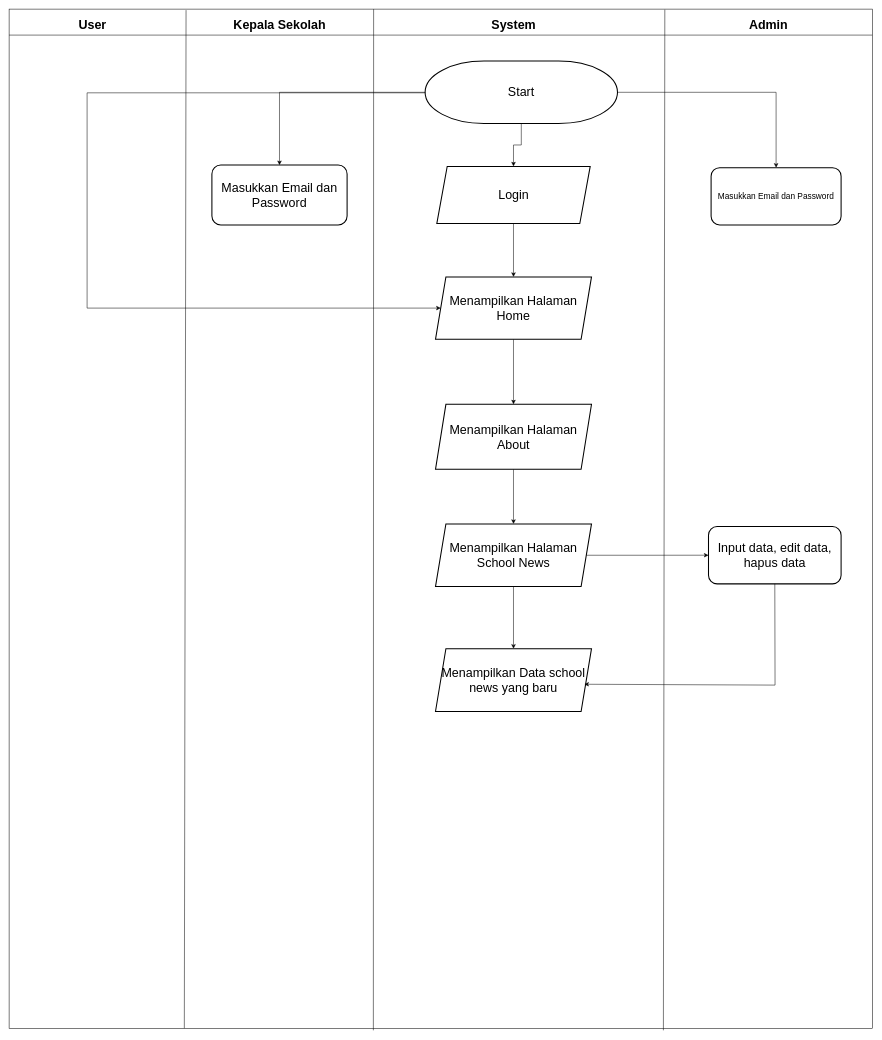
This is Untitled Diagram.drawio from AldoGunawan/kp-tapung, a draw.io file, before an edit. Source tidied: cells renumbered, new cells numbered last; positions are measured from the earlier drawing's top-left corner, leaving out a move shared by most shapes. Both pictures are drawn from the tidied source at 52%, with x=0, y=0 at pixel (9, 9).
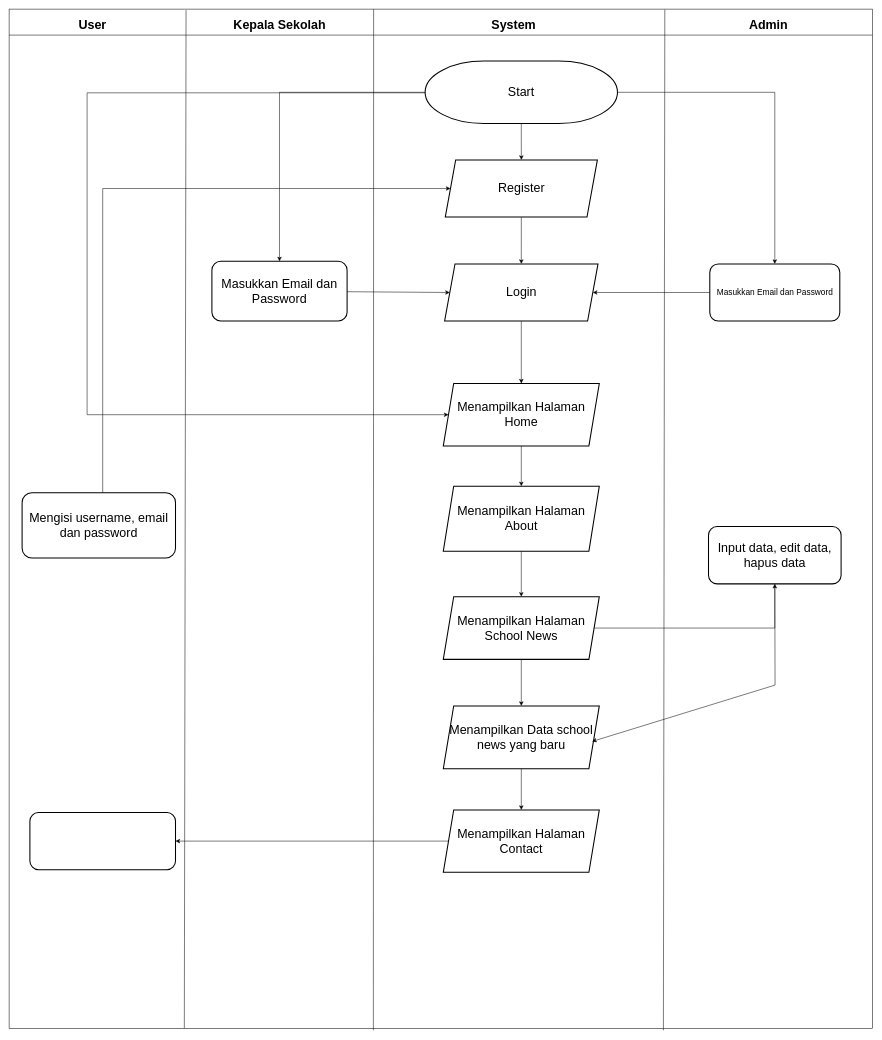
After the change.

Unchanged cells that the change refers to:
```xml
<mxCell id="14" value="&lt;font style=&quot;font-size: 24px;&quot;&gt;Start&lt;/font&gt;" style="strokeWidth=2;html=1;shape=mxgraph.flowchart.terminator;whiteSpace=wrap;" parent="1" vertex="1">
  <mxGeometry x="800" y="100" width="370" height="120" as="geometry" />
</mxCell>
```

Change to the diagram source:
```diff
@@
-    <mxCell id="13" style="edgeStyle=orthogonalEdgeStyle;rounded=0;jettySize=auto;html=1;" parent="1" edge="1" source="14" target="18">
-      <mxGeometry relative="1" as="geometry" />
-    </mxCell>
+    <mxCell id="30" style="edgeStyle=orthogonalEdgeStyle;rounded=0;jettySize=auto;html=1;" parent="1" edge="1" source="14" target="37">
+      <mxGeometry relative="1" as="geometry" />
+    </mxCell>
@@
     <mxCell id="15" value="&lt;font size=&quot;3&quot;&gt;Masukkan Email dan Password&lt;/font&gt;" style="rounded=1;whiteSpace=wrap;html=1;strokeWidth=2;" parent="1" vertex="1">
-      <mxGeometry x="1350" y="305" width="250" height="110" as="geometry" />
+      <mxGeometry x="1347.5" y="490" width="250" height="110" as="geometry" />
     </mxCell>
     <mxCell id="16" value="&lt;font style=&quot;font-size: 24px;&quot;&gt;Masukkan Email dan Password&lt;/font&gt;" style="rounded=1;whiteSpace=wrap;html=1;strokeWidth=2;" parent="1" vertex="1">
-      <mxGeometry x="390" y="300" width="260" height="115" as="geometry" />
+      <mxGeometry x="390" y="485" width="260" height="115" as="geometry" />
     </mxCell>
@@
     <mxCell id="18" value="&lt;font style=&quot;font-size: 24px;&quot;&gt;Login&lt;/font&gt;" style="shape=parallelogram;perimeter=parallelogramPerimeter;whiteSpace=wrap;html=1;fixedSize=1;strokeWidth=2;" parent="1" vertex="1">
-      <mxGeometry x="822.5" y="302.5" width="295" height="110" as="geometry" />
+      <mxGeometry x="837.5" y="490" width="295" height="110" as="geometry" />
     </mxCell>
@@
     <mxCell id="20" value="&lt;font style=&quot;font-size: 24px;&quot;&gt;Menampilkan Halaman Home&lt;/font&gt;" style="shape=parallelogram;perimeter=parallelogramPerimeter;whiteSpace=wrap;html=1;fixedSize=1;strokeWidth=2;" parent="1" vertex="1">
-      <mxGeometry x="820" y="515" width="300" height="120" as="geometry" />
+      <mxGeometry x="835" y="720" width="300" height="120" as="geometry" />
     </mxCell>
@@
     <mxCell id="22" value="&lt;font style=&quot;font-size: 24px;&quot;&gt;Menampilkan Halaman About&lt;/font&gt;" style="shape=parallelogram;perimeter=parallelogramPerimeter;whiteSpace=wrap;html=1;fixedSize=1;strokeWidth=2;" parent="1" vertex="1">
-      <mxGeometry x="820" y="760" width="300" height="125" as="geometry" />
+      <mxGeometry x="835" y="917.5" width="300" height="125" as="geometry" />
     </mxCell>
@@
     <mxCell id="25" value="&lt;font style=&quot;font-size: 24px;&quot;&gt;Menampilkan Halaman School News&lt;/font&gt;" style="shape=parallelogram;perimeter=parallelogramPerimeter;whiteSpace=wrap;html=1;fixedSize=1;strokeWidth=2;" parent="1" vertex="1">
-      <mxGeometry x="820" y="990" width="300" height="120.5" as="geometry" />
+      <mxGeometry x="835" y="1130" width="300" height="120.5" as="geometry" />
     </mxCell>
@@
+    <mxCell id="31" style="edgeStyle=orthogonalEdgeStyle;rounded=0;jettySize=auto;html=1;" parent="1" edge="1" source="27" target="33">
+      <mxGeometry relative="1" as="geometry" />
+    </mxCell>
     <mxCell id="27" value="&lt;font style=&quot;font-size: 24px;&quot;&gt;Menampilkan Data school news yang baru&lt;/font&gt;" style="shape=parallelogram;perimeter=parallelogramPerimeter;whiteSpace=wrap;html=1;fixedSize=1;strokeWidth=2;" parent="1" vertex="1">
-      <mxGeometry x="820" y="1230" width="300" height="120.8" as="geometry" />
+      <mxGeometry x="835" y="1340" width="300" height="120.8" as="geometry" />
     </mxCell>
@@
     <mxCell id="29" style="edgeStyle=orthogonalEdgeStyle;rounded=0;jettySize=auto;html=1;entryX=0;entryY=0.5;entryDx=0;entryDy=0;" parent="1" edge="1" target="20">
       <mxGeometry relative="1" as="geometry">
         <mxPoint x="800" y="160" as="sourcePoint" />
         <Array as="points">
           <mxPoint x="150" y="161" />
-          <mxPoint x="150" y="575" />
+          <mxPoint x="150" y="780" />
         </Array>
       </mxGeometry>
     </mxCell>
+    <mxCell id="32" style="edgeStyle=orthogonalEdgeStyle;rounded=0;jettySize=auto;html=1;" parent="1" edge="1" source="33" target="36">
+      <mxGeometry relative="1" as="geometry" />
+    </mxCell>
+    <mxCell id="33" value="&lt;font style=&quot;font-size: 24px;&quot;&gt;Menampilkan Halaman Contact&lt;/font&gt;" style="shape=parallelogram;perimeter=parallelogramPerimeter;whiteSpace=wrap;html=1;fixedSize=1;strokeWidth=2;" parent="1" vertex="1">
+      <mxGeometry x="835" y="1540" width="300" height="120" as="geometry" />
+    </mxCell>
+    <mxCell id="34" style="endArrow=classic;html=1;rounded=0;entryX=0;entryY=0.5;entryDx=0;entryDy=0;" parent="1" edge="1" source="16" target="18">
+      <mxGeometry relative="1" as="geometry" />
+    </mxCell>
+    <mxCell id="35" style="endArrow=classic;html=1;rounded=0;entryX=1;entryY=0.5;entryDx=0;entryDy=0;exitX=0;exitY=0.5;exitDx=0;exitDy=0;" parent="1" edge="1" source="15" target="18">
+      <mxGeometry relative="1" as="geometry" />
+    </mxCell>
+    <mxCell id="36" style="rounded=1;whiteSpace=wrap;html=1;strokeWidth=2;" parent="1" vertex="1">
+      <mxGeometry x="40" y="1545" width="280" height="110" as="geometry" />
+    </mxCell>
+    <mxCell id="37" value="&lt;font style=&quot;font-size: 24px;&quot;&gt;Register&lt;/font&gt;" style="shape=parallelogram;perimeter=parallelogramPerimeter;whiteSpace=wrap;html=1;fixedSize=1;strokeWidth=2;" parent="1" vertex="1">
+      <mxGeometry x="838.8" y="290" width="292.5" height="110" as="geometry" />
+    </mxCell>
+    <mxCell id="38" style="endArrow=classic;html=1;rounded=0;entryX=0.5;entryY=0;entryDx=0;entryDy=0;exitX=0.5;exitY=1;exitDx=0;exitDy=0;" parent="1" edge="1" source="37" target="18">
+      <mxGeometry relative="1" as="geometry" />
+    </mxCell>
+    <mxCell id="39" value="&lt;font style=&quot;font-size: 24px;&quot;&gt;Mengisi username, email dan password&lt;/font&gt;" style="rounded=1;whiteSpace=wrap;html=1;strokeWidth=2;" parent="1" vertex="1">
+      <mxGeometry x="25" y="930" width="295" height="125.6" as="geometry" />
+    </mxCell>
+    <mxCell id="40" style="endArrow=classic;html=1;rounded=0;entryX=0;entryY=0.5;entryDx=0;entryDy=0;" parent="1" edge="1" target="37">
+      <mxGeometry relative="1" as="geometry">
+        <mxPoint x="180" y="930" as="sourcePoint" />
+        <Array as="points">
+          <mxPoint x="180" y="345" />
+        </Array>
+      </mxGeometry>
+    </mxCell>
```
